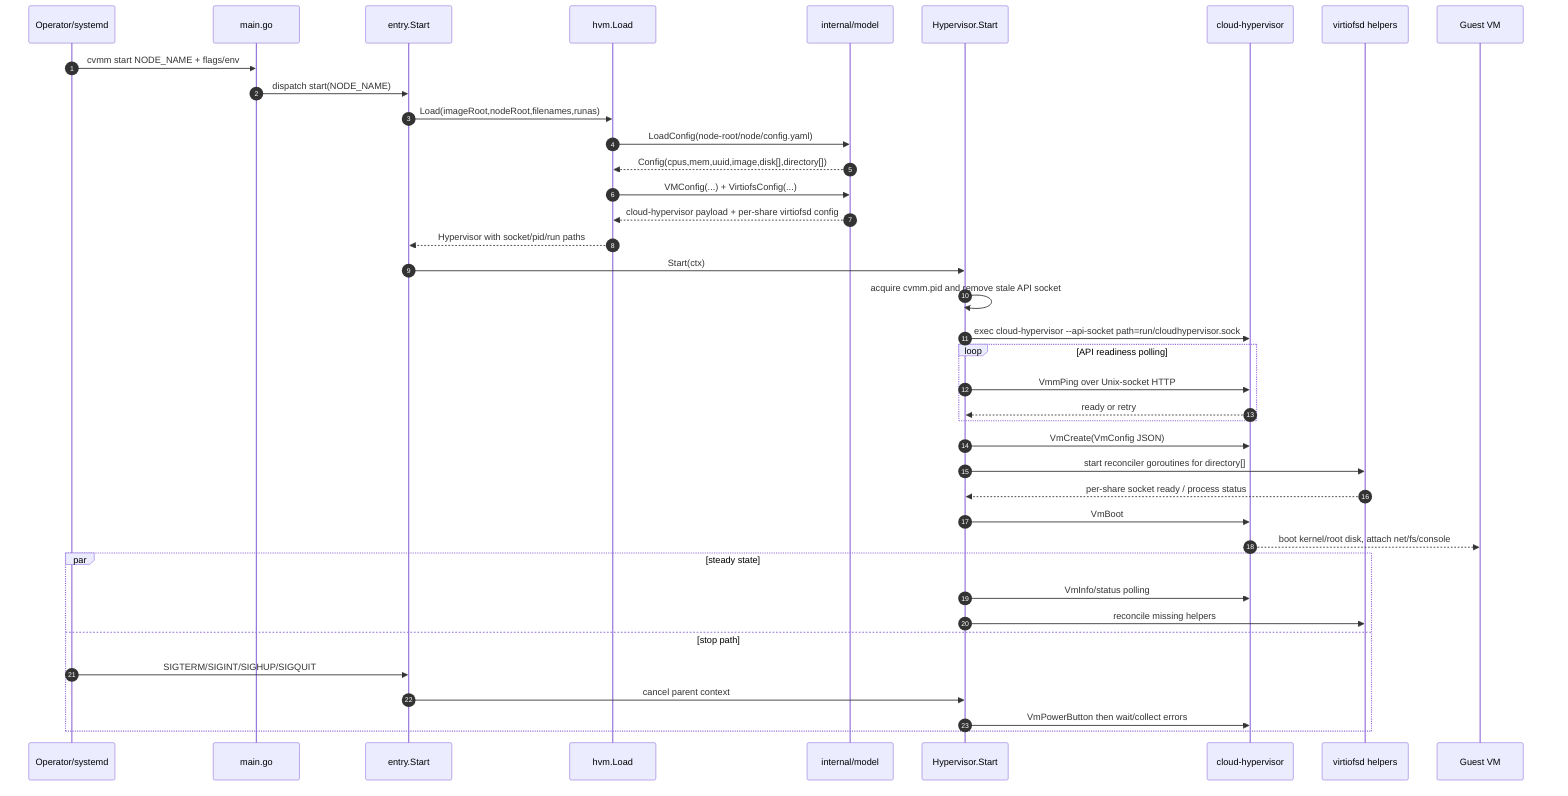
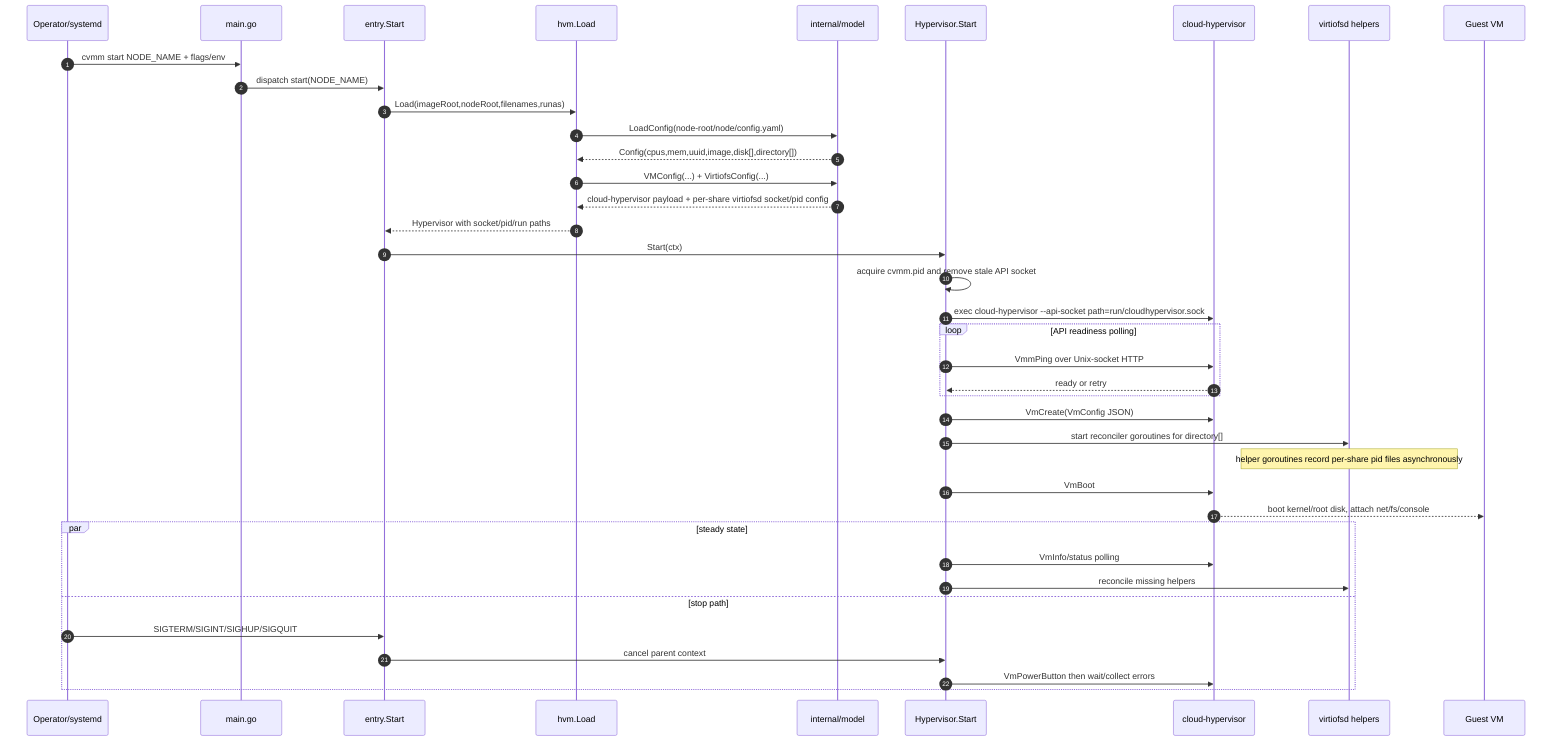
sequenceDiagram
    autonumber
    participant Caller as Operator/systemd
    participant Main as main.go
    participant Entry as entry.Start
    participant Load as hvm.Load
    participant Model as internal/model
    participant HV as Hypervisor.Start
    participant CH as cloud-hypervisor
    participant VFS as virtiofsd helpers
    participant Guest as Guest VM

    Caller->>Main: cvmm start NODE_NAME + flags/env
    Main->>Entry: dispatch start(NODE_NAME)
    Entry->>Load: Load(imageRoot,nodeRoot,filenames,runas)
    Load->>Model: LoadConfig(node-root/node/config.yaml)
    Model-->>Load: Config(cpus,mem,uuid,image,disk[],directory[])
    Load->>Model: VMConfig(...) + VirtiofsConfig(...)
-     Model-->>Load: cloud-hypervisor payload + per-share virtiofsd config
+     Model-->>Load: cloud-hypervisor payload + per-share virtiofsd socket/pid config
    Load-->>Entry: Hypervisor with socket/pid/run paths
    Entry->>HV: Start(ctx)
    HV->>HV: acquire cvmm.pid and remove stale API socket
    HV->>CH: exec cloud-hypervisor --api-socket path=run/cloudhypervisor.sock
    loop API readiness polling
        HV->>CH: VmmPing over Unix-socket HTTP
        CH-->>HV: ready or retry
    end
    HV->>CH: VmCreate(VmConfig JSON)
    HV->>VFS: start reconciler goroutines for directory[]
-     VFS-->>HV: per-share socket ready / process status
+     Note over VFS: helper goroutines record per-share pid files asynchronously
    HV->>CH: VmBoot
    CH-->>Guest: boot kernel/root disk, attach net/fs/console
    par steady state
        HV->>CH: VmInfo/status polling
        HV->>VFS: reconcile missing helpers
    and stop path
        Caller->>Entry: SIGTERM/SIGINT/SIGHUP/SIGQUIT
        Entry->>HV: cancel parent context
        HV->>CH: VmPowerButton then wait/collect errors
    end
